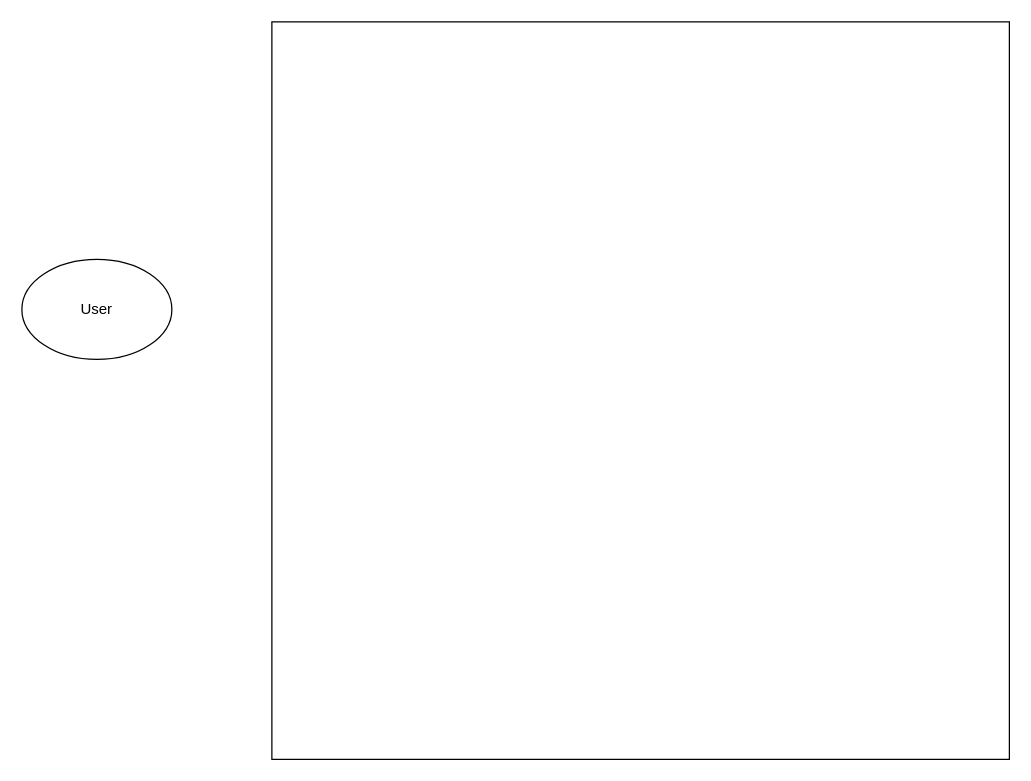
The draw.io diagram web.drawio in Aryanda04/File-common, before the edit. Source tidied: cells renumbered, new cells numbered last; positions are measured from the earlier drawing's top-left corner, leaving out a move shared by most shapes. Both pictures are drawn from the tidied source at 125%, with x=0, y=0 at pixel (21, 21).
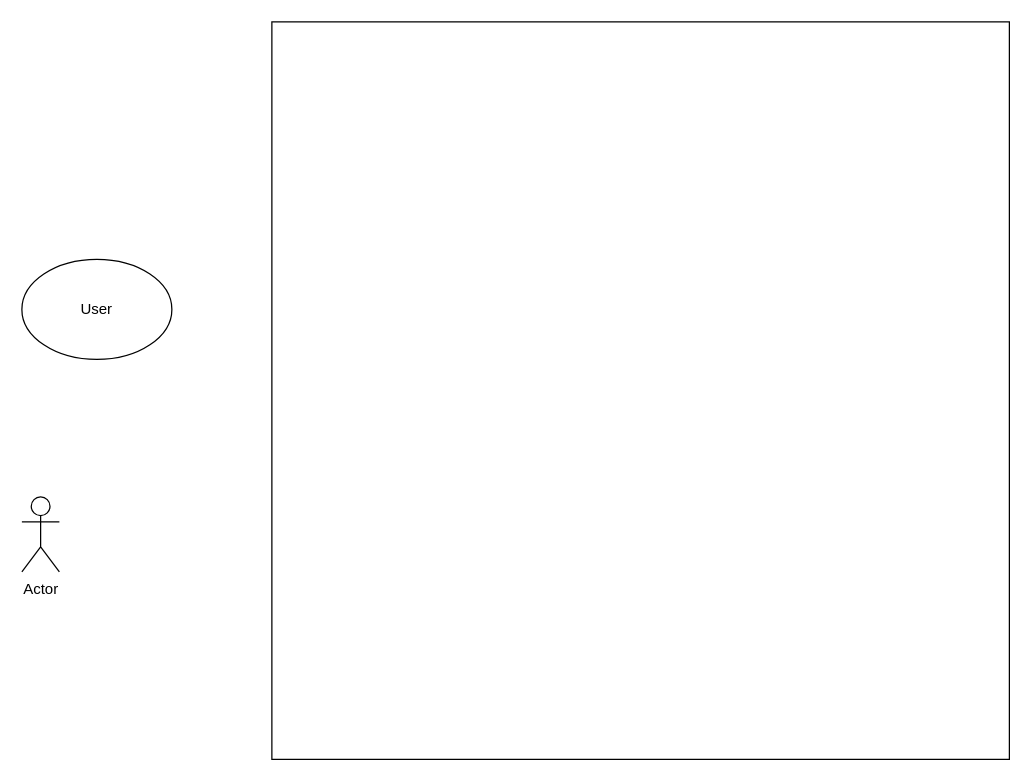
The same page after the edit.

Diff of the diagram source:
```diff
@@
 <mxGraphModel>
   <root>
     <mxCell id="0" />
     <mxCell id="1" parent="0" />
     <mxCell id="2" style="whiteSpace=wrap;html=1;" parent="1" vertex="1">
       <mxGeometry x="200" width="590" height="590" as="geometry" />
     </mxCell>
     <mxCell id="3" value="User" style="ellipse;whiteSpace=wrap;html=1;" parent="1" vertex="1">
       <mxGeometry y="190" width="120" height="80" as="geometry" />
     </mxCell>
+    <mxCell id="4" value="Actor" style="shape=umlActor;verticalLabelPosition=bottom;verticalAlign=top;html=1;" parent="1" vertex="1">
+      <mxGeometry y="380" width="30" height="60" as="geometry" />
+    </mxCell>
   </root>
 </mxGraphModel>
```
